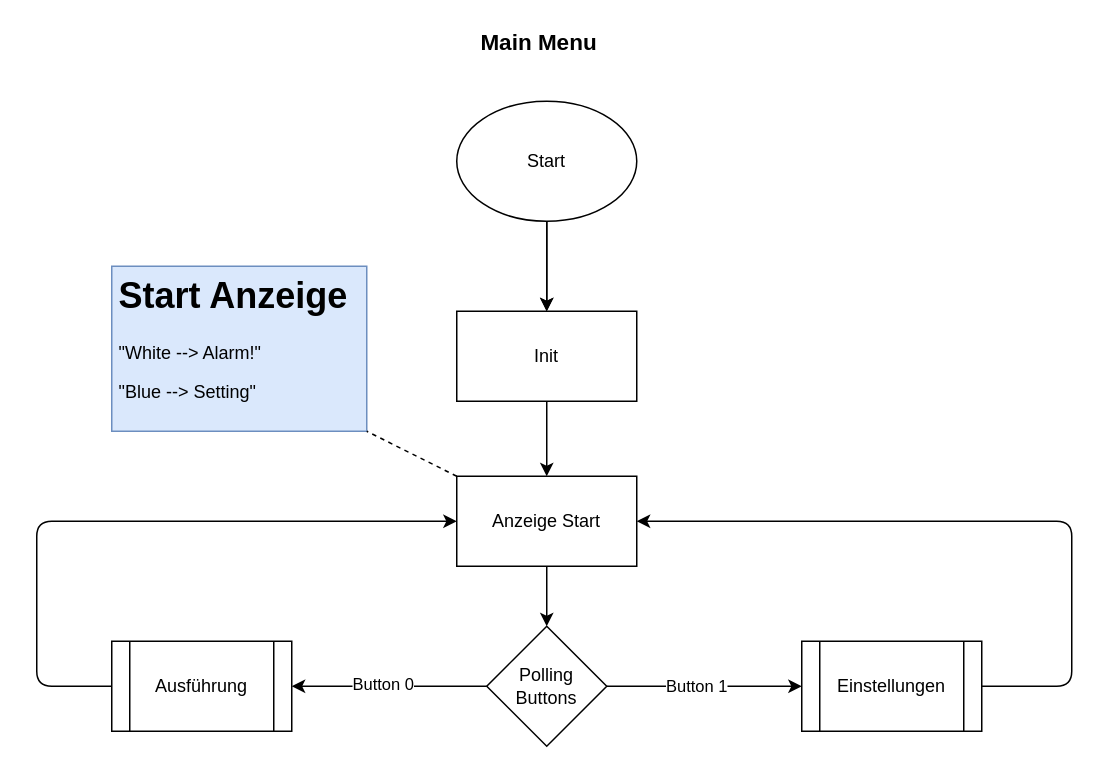
The draw.io diagram page "Main Menu" (1 of 3) of Untitled Diagram.drawio in Seafesko/Nucleo-Wecker, before the edit. Source tidied: cells renumbered, new cells numbered last; positions are measured from the earlier drawing's top-left corner, leaving out a move shared by most shapes. Both pictures are drawn from the tidied source at 150%, with x=0, y=0 at pixel (36, 26).
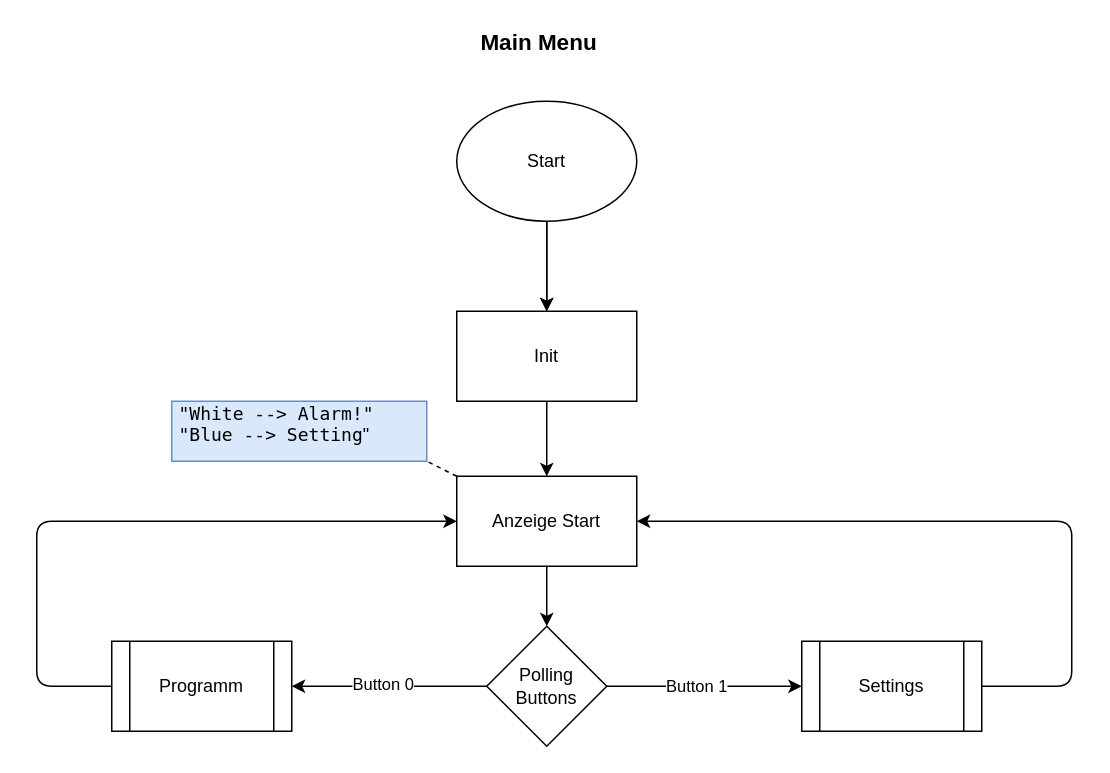
Above is the later version.

Change to the diagram source:
```diff
@@
-    <mxCell id="6" value="Ausführung" style="shape=process;whiteSpace=wrap;html=1;backgroundOutline=1;strokeWidth=1;" parent="1" vertex="1">
+    <mxCell id="6" value="Programm" style="shape=process;whiteSpace=wrap;html=1;backgroundOutline=1;strokeWidth=1;" parent="1" vertex="1">
       <mxGeometry x="50" y="410" width="120" height="60" as="geometry" />
     </mxCell>
-    <mxCell id="7" value="Einstellungen" style="shape=process;whiteSpace=wrap;html=1;backgroundOutline=1;strokeWidth=1;" parent="1" vertex="1">
+    <mxCell id="7" value="Settings" style="shape=process;whiteSpace=wrap;html=1;backgroundOutline=1;strokeWidth=1;" parent="1" vertex="1">
       <mxGeometry x="510" y="410" width="120" height="60" as="geometry" />
     </mxCell>
@@
-    <mxCell id="18" value="&lt;h1&gt;Start Anzeige&lt;br&gt;&lt;/h1&gt;&lt;p&gt;&quot;White --&amp;gt; Alarm!&quot;&lt;/p&gt;&lt;p&gt;&quot;Blue --&amp;gt; Setting&quot;&lt;br&gt;&lt;/p&gt;" style="text;html=1;strokeColor=#6c8ebf;fillColor=#dae8fc;spacing=5;spacingTop=-20;whiteSpace=wrap;overflow=hidden;rounded=0;" parent="1" vertex="1">
-      <mxGeometry x="50" y="160" width="170" height="110" as="geometry" />
+    <mxCell id="18" value="&lt;p&gt;&lt;font face=&quot;Lucida Console&quot;&gt;&quot;White --&amp;gt; Alarm!&quot; &quot;Blue --&amp;gt; Setting&lt;/font&gt;&quot;&lt;br&gt;&lt;/p&gt;" style="text;html=1;strokeColor=#6c8ebf;fillColor=#dae8fc;spacing=5;spacingTop=-20;whiteSpace=wrap;overflow=hidden;rounded=0;" parent="1" vertex="1">
+      <mxGeometry x="90" y="250" width="170" height="40" as="geometry" />
     </mxCell>
```
